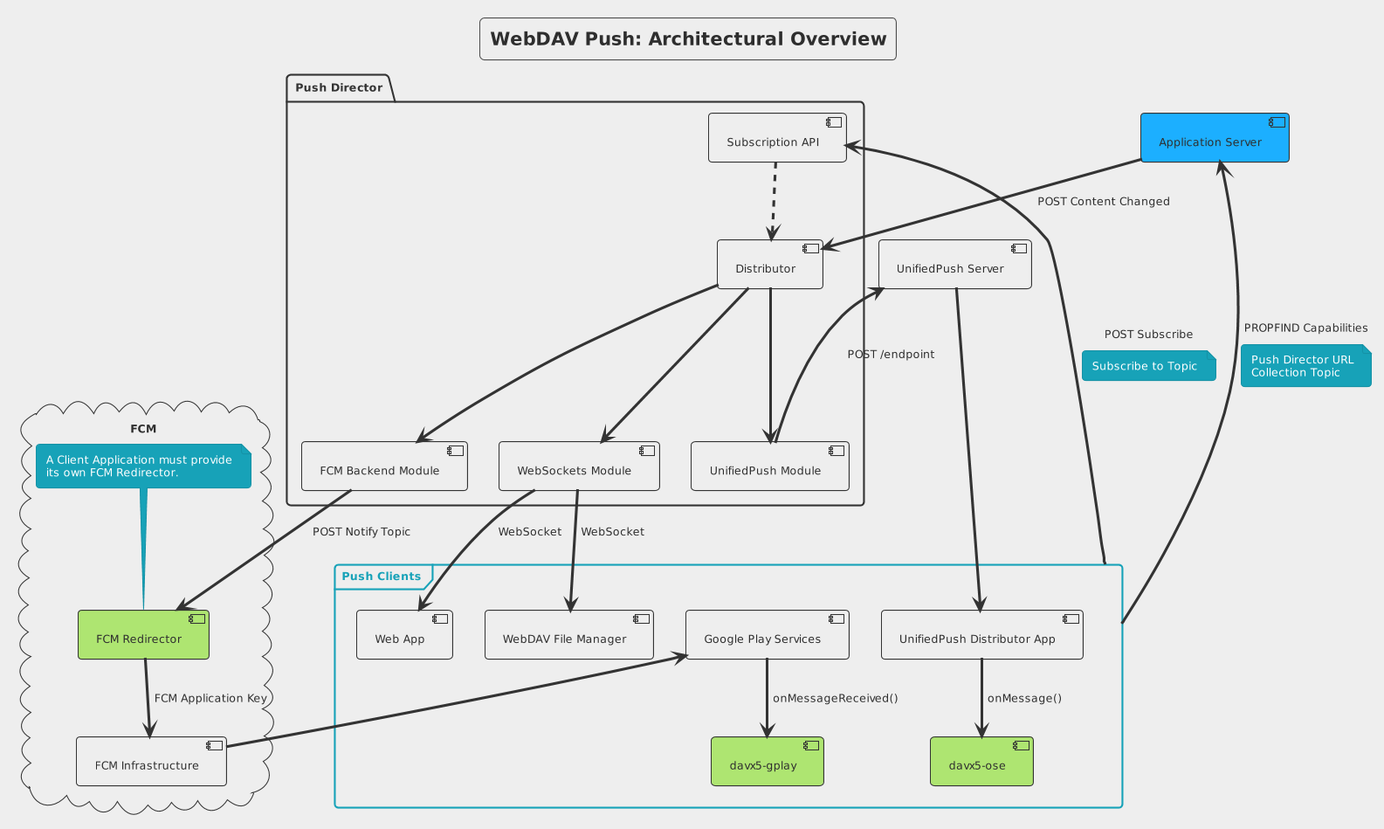
This is images/architecture.png from bitfireAT/webdav-push, a PlantUML export, as it was before one commit. Source of this version:
```plantuml
@startuml
!theme sketchy-outline
skinparam backgroundColor #eeeeee
skinparam handwritten false

title WebDAV Push: Architectural Overview

[Application Server] #1cafff

package "Push Director" {
  [Distributor]

  [Application Server] --> [Distributor] : POST Content Changed

  [Subscription API] ..> [Distributor]

  [Distributor] --> [FCM Backend Module]
  [Distributor] --> [UnifiedPush Module]
  [Distributor] --> [WebSockets Module]
}

cloud FCM {
  [FCM Backend Module] --> [FCM Redirector] : POST Notify Topic

  [FCM Redirector] #aee571
  note top: A Client Application must provide\nits own FCM Redirector.
  [FCM Redirector] --> [FCM Infrastructure] : FCM Application Key
}

[UnifiedPush Server] <-- [UnifiedPush Module] : POST /endpoint

frame "Push Clients" as PC {
  [UnifiedPush Server] -d-> [UnifiedPush Distributor App]

  [davx5-gplay] #aee571
  [Google Play Services] -d-> [davx5-gplay] : onMessageReceived()

  [davx5-ose] #aee571
  [UnifiedPush Distributor App] --> [davx5-ose] : onMessage()

  [WebSockets Module] --> [WebDAV File Manager] : WebSocket
  [WebSockets Module] --> [Web App] : WebSocket
}

[FCM Infrastructure] --> [Google Play Services]

PC --> [Application Server] : PROPFIND Capabilities
note on link: Push Director URL\nCollection Topic

PC --> [Subscription API] : POST Subscribe
note on link: Subscribe to Topic

@enduml
```
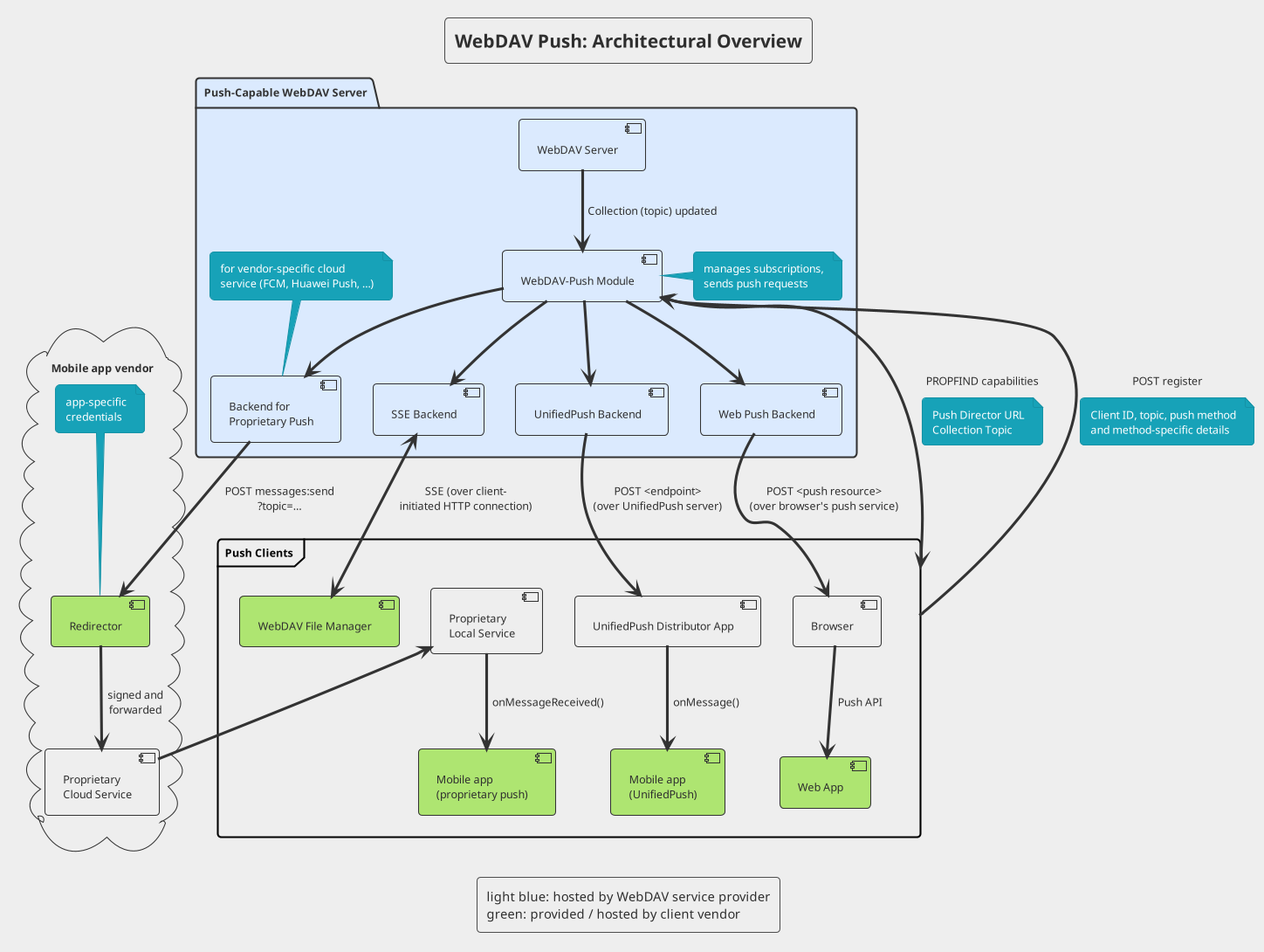
After the change.

Commit message:
Update architectural overview

The edit, as a diff of the source:
```diff
@@ -2,52 +2,63 @@
 !theme sketchy-outline
 skinparam backgroundColor #eeeeee
 skinparam handwritten false
+skinparam FrameBorderColor black
+skinparam FrameFontColor black
 
 title WebDAV Push: Architectural Overview
 
-[Application Server] #1cafff
+legend
+light blue: hosted by WebDAV service provider
+green: provided / hosted by client vendor
+end legend
 
-package "Push Director" {
-  [Distributor]
+package "Push-Capable WebDAV Server" #dbeafe {
+  [WebDAV Server]
 
-  [Application Server] --> [Distributor] : POST Content Changed
+  [WebDAV-Push Module]
+  note right: manages subscriptions,\nsends push requests
 
-  [Subscription API] ..> [Distributor]
+  [WebDAV Server] --> [WebDAV-Push Module] : Collection (topic) updated
 
-  [Distributor] --> [FCM Backend Module]
-  [Distributor] --> [UnifiedPush Module]
-  [Distributor] --> [WebSockets Module]
+  [Backend for\nProprietary Push]
+  note top: for vendor-specific cloud\nservice (FCM, Huawei Push, …)
+
+  [WebDAV-Push Module] --> [Backend for\nProprietary Push]
+  [WebDAV-Push Module] --> [SSE Backend]
+  [WebDAV-Push Module] --> [UnifiedPush Backend]
+  [WebDAV-Push Module] --> [Web Push Backend]
 }
 
-cloud FCM {
-  [FCM Backend Module] --> [FCM Redirector] : POST Notify Topic
+cloud "Mobile app vendor" {
+  [Backend for\nProprietary Push] --> [Redirector] : POST messages:send\n?topic=…
 
-  [FCM Redirector] #aee571
-  note top: A Client Application must provide\nits own FCM Redirector.
-  [FCM Redirector] --> [FCM Infrastructure] : FCM Application Key
+  [Redirector] #aee571
+  note top: app-specific\ncredentials
+  [Redirector] --> [Proprietary\nCloud Service] : signed and\nforwarded
 }
 
-[UnifiedPush Server] <-- [UnifiedPush Module] : POST /endpoint
+frame "Push Clients" as PC {
+  [UnifiedPush Backend] -d-> [UnifiedPush Distributor App] : POST <endpoint>\n(over UnifiedPush server)
 
-frame "Push Clients" as PC {
-  [UnifiedPush Server] -d-> [UnifiedPush Distributor App]
+  [Mobile app\n(proprietary push)] #aee571
+  [Proprietary\nLocal Service] -d-> [Mobile app\n(proprietary push)] : onMessageReceived()
 
-  [davx5-gplay] #aee571
-  [Google Play Services] -d-> [davx5-gplay] : onMessageReceived()
+  [Mobile app\n(UnifiedPush)] #aee571
+  [UnifiedPush Distributor App] --> [Mobile app\n(UnifiedPush)] : onMessage()
 
-  [davx5-ose] #aee571
-  [UnifiedPush Distributor App] --> [davx5-ose] : onMessage()
-
-  [WebSockets Module] --> [WebDAV File Manager] : WebSocket
-  [WebSockets Module] --> [Web App] : WebSocket
+  [WebDAV File Manager] #aee571
+  [SSE Backend] <-> [WebDAV File Manager] : SSE (over client-\ninitiated HTTP connection)
+  [Web Push Backend] --> [Browser] : POST <push resource>\n(over browser's push service)
+  [Web App] #aee571
+  [Browser] --> [Web App] : Push API
 }
 
-[FCM Infrastructure] --> [Google Play Services]
+[Proprietary\nCloud Service] --> [Proprietary\nLocal Service]
 
-PC --> [Application Server] : PROPFIND Capabilities
+PC <-> [WebDAV-Push Module] : PROPFIND capabilities
 note on link: Push Director URL\nCollection Topic
 
-PC --> [Subscription API] : POST Subscribe
-note on link: Subscribe to Topic
+PC --> [WebDAV-Push Module] : POST register
+note on link: Client ID, topic, push method\nand method-specific details
 
 @enduml
```
